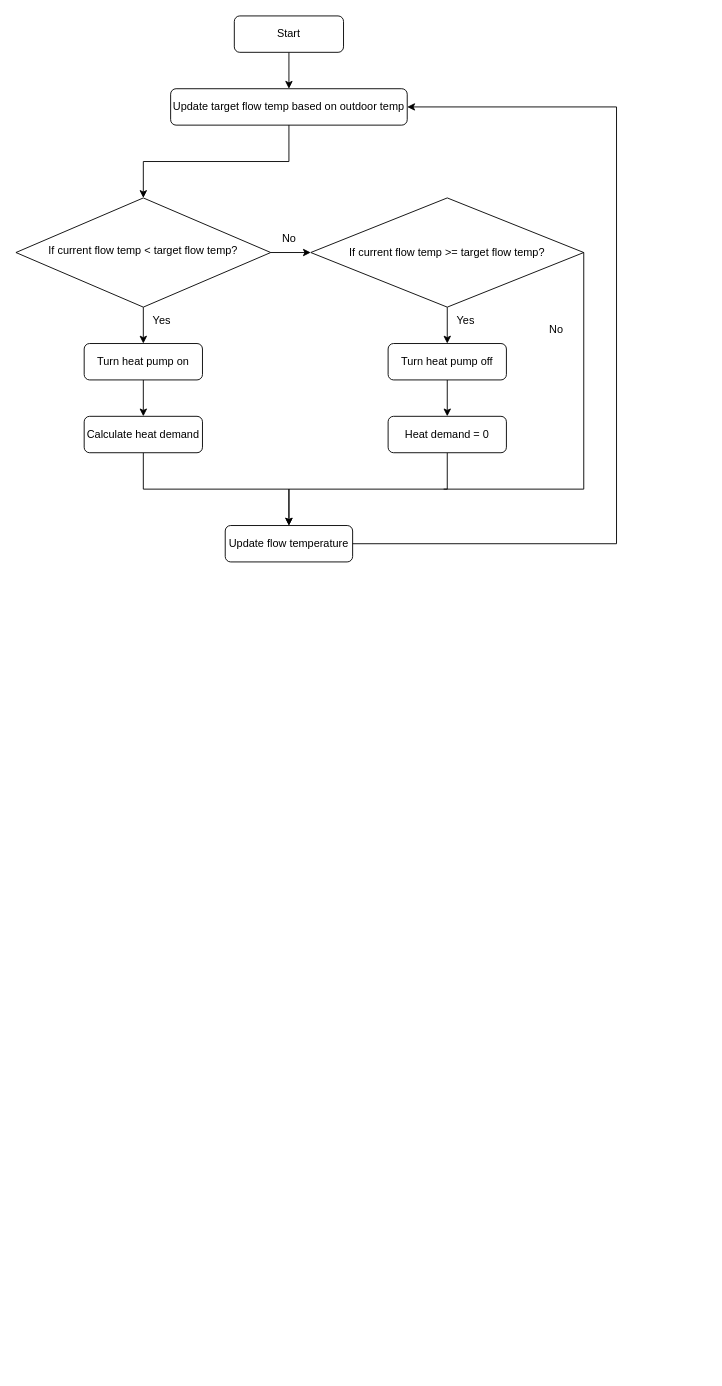
Above: page "Weather compensation" (3 of 5) of RBC.drawio in Qiuyi-Hong/Rule-Based-Control (draw.io), before the change. Source tidied: cells renumbered, new cells numbered last; positions are measured from the earlier drawing's top-left corner, leaving out a move shared by most shapes. Both pictures are drawn from the tidied source at 91%, with x=0, y=0 at pixel (15, 15).
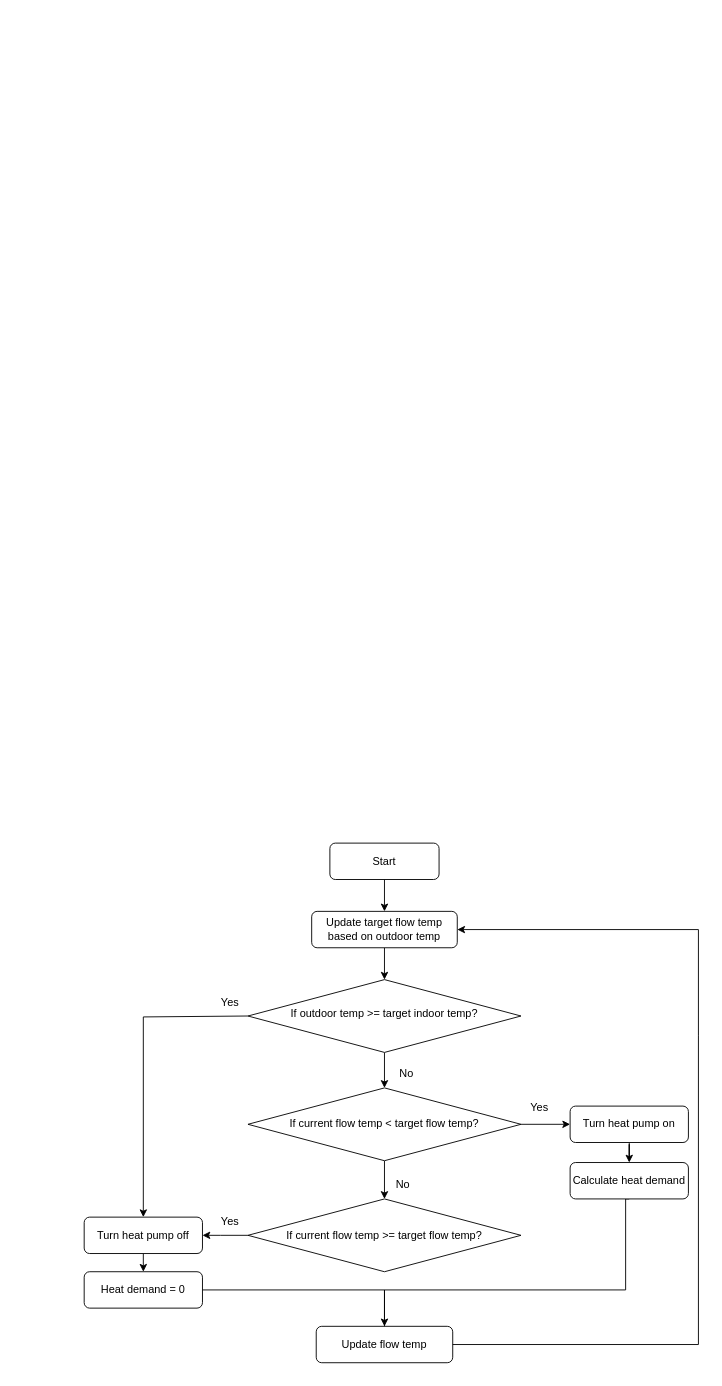
The same page after the edit.

Diff of the diagram source:
```diff
@@
+    <mxCell id="26" style="edgeStyle=orthogonalEdgeStyle;rounded=0;jettySize=auto;html=1;exitX=0.5;exitY=1;exitDx=0;exitDy=0;entryX=0.5;entryY=0;entryDx=0;entryDy=0;" parent="1" edge="1" source="2" target="36">
+      <mxGeometry relative="1" as="geometry" />
+    </mxCell>
     <mxCell id="2" value="Update target flow temp based on outdoor temp" style="rounded=1;whiteSpace=wrap;html=1;fontSize=12;glass=0;strokeWidth=1;shadow=0;" parent="1" vertex="1">
-      <mxGeometry x="170" y="80" width="260" height="40" as="geometry" />
+      <mxGeometry x="325" y="984" width="160" height="40" as="geometry" />
     </mxCell>
-    <mxCell id="3" style="edgeStyle=orthogonalEdgeStyle;rounded=0;jettySize=auto;html=1;" parent="1" edge="1" source="5" target="7">
-      <mxGeometry relative="1" as="geometry" />
-    </mxCell>
-    <mxCell id="4" style="edgeStyle=orthogonalEdgeStyle;rounded=0;jettySize=auto;html=1;entryX=0;entryY=0.5;entryDx=0;entryDy=0;" parent="1" edge="1" source="5" target="12">
-      <mxGeometry relative="1" as="geometry" />
-    </mxCell>
-    <mxCell id="5" value="If current&amp;nbsp;&lt;span style=&quot;background-color: initial;&quot;&gt;flow temp &amp;lt; target flow temp?&lt;/span&gt;" style="rhombus;whiteSpace=wrap;html=1;shadow=0;fontFamily=Helvetica;fontSize=12;align=center;strokeWidth=1;spacing=6;spacingTop=-4;" parent="1" vertex="1">
-      <mxGeometry y="200" width="280" height="120" as="geometry" />
-    </mxCell>
-    <mxCell id="6" style="edgeStyle=orthogonalEdgeStyle;rounded=0;jettySize=auto;html=1;exitX=0.5;exitY=1;exitDx=0;exitDy=0;entryX=0.5;entryY=0;entryDx=0;entryDy=0;" parent="1" edge="1" source="7" target="24">
+    <mxCell id="6" style="edgeStyle=orthogonalEdgeStyle;rounded=0;jettySize=auto;html=1;" parent="1" edge="1" source="7" target="24">
       <mxGeometry relative="1" as="geometry" />
     </mxCell>
     <mxCell id="7" value="Turn heat pump on" style="rounded=1;whiteSpace=wrap;html=1;fontSize=12;glass=0;strokeWidth=1;shadow=0;" parent="1" vertex="1">
-      <mxGeometry x="75" y="360" width="130" height="40" as="geometry" />
+      <mxGeometry x="609" y="1198" width="130" height="40" as="geometry" />
     </mxCell>
@@
     <mxCell id="9" value="Start" style="rounded=1;whiteSpace=wrap;html=1;" parent="1" vertex="1">
-      <mxGeometry x="240" width="120" height="40" as="geometry" />
+      <mxGeometry x="345" y="909" width="120" height="40" as="geometry" />
     </mxCell>
-    <mxCell id="10" value="Yes" style="text;html=1;align=center;verticalAlign=middle;strokeColor=none;fillColor=none;" parent="1" vertex="1">
-      <mxGeometry x="140" y="320" width="40" height="30" as="geometry" />
-    </mxCell>
-    <mxCell id="11" style="edgeStyle=orthogonalEdgeStyle;rounded=0;jettySize=auto;html=1;entryX=0.5;entryY=0;entryDx=0;entryDy=0;" parent="1" edge="1" source="12" target="16">
-      <mxGeometry relative="1" as="geometry" />
-    </mxCell>
-    <mxCell id="12" value="If current flow temp &amp;gt;= target flow temp?" style="rhombus;whiteSpace=wrap;html=1;" parent="1" vertex="1">
-      <mxGeometry x="324" y="200" width="300" height="120" as="geometry" />
-    </mxCell>
-    <mxCell id="13" style="endArrow=classic;html=1;rounded=0;exitX=0.5;exitY=1;exitDx=0;exitDy=0;entryX=0.5;entryY=0;entryDx=0;entryDy=0;" parent="1" edge="1" source="2" target="5">
-      <mxGeometry relative="1" as="geometry">
-        <Array as="points">
-          <mxPoint x="300" y="160" />
-          <mxPoint x="140" y="160" />
-        </Array>
-      </mxGeometry>
-    </mxCell>
-    <mxCell id="14" value="No" style="text;html=1;align=center;verticalAlign=middle;strokeColor=none;fillColor=none;" parent="1" vertex="1">
-      <mxGeometry x="280" y="230" width="40" height="30" as="geometry" />
-    </mxCell>
+    <mxCell id="27" value="Yes" style="text;html=1;align=center;verticalAlign=middle;strokeColor=none;fillColor=none;" parent="1" vertex="1">
+      <mxGeometry x="215" y="1069" width="40" height="30" as="geometry" />
+    </mxCell>
+    <mxCell id="28" style="edgeStyle=orthogonalEdgeStyle;rounded=0;jettySize=auto;html=1;entryX=0.5;entryY=0;entryDx=0;entryDy=0;exitX=0.5;exitY=1;exitDx=0;exitDy=0;" parent="1" edge="1" source="36" target="5">
+      <mxGeometry relative="1" as="geometry" />
+    </mxCell>
@@
     <mxCell id="16" value="Turn heat pump off" style="rounded=1;whiteSpace=wrap;html=1;" parent="1" vertex="1">
-      <mxGeometry x="409" y="360" width="130" height="40" as="geometry" />
+      <mxGeometry x="75" y="1320" width="130" height="40" as="geometry" />
     </mxCell>
-    <mxCell id="17" value="Yes" style="text;html=1;align=center;verticalAlign=middle;strokeColor=none;fillColor=none;" parent="1" vertex="1">
-      <mxGeometry x="474" y="320" width="40" height="30" as="geometry" />
-    </mxCell>
-    <mxCell id="18" value="Update flow temperature" style="rounded=1;whiteSpace=wrap;html=1;" parent="1" vertex="1">
-      <mxGeometry x="230" y="560" width="140" height="40" as="geometry" />
-    </mxCell>
-    <mxCell id="19" style="endArrow=classic;html=1;rounded=0;exitX=0.5;exitY=1;exitDx=0;exitDy=0;entryX=0.5;entryY=0;entryDx=0;entryDy=0;" parent="1" edge="1" source="24" target="18">
-      <mxGeometry relative="1" as="geometry">
-        <Array as="points">
-          <mxPoint x="140" y="520" />
-          <mxPoint x="300" y="520" />
-        </Array>
-      </mxGeometry>
-    </mxCell>
-    <mxCell id="20" style="endArrow=classic;html=1;rounded=0;exitX=0.5;exitY=1;exitDx=0;exitDy=0;entryX=0.5;entryY=0;entryDx=0;entryDy=0;" parent="1" edge="1" source="25" target="18">
-      <mxGeometry relative="1" as="geometry">
-        <Array as="points">
-          <mxPoint x="474" y="520" />
-          <mxPoint x="300" y="520" />
-        </Array>
-      </mxGeometry>
-    </mxCell>
-    <mxCell id="21" style="endArrow=none;html=1;rounded=0;exitX=1;exitY=0.5;exitDx=0;exitDy=0;endFill=0;" parent="1" edge="1" source="12">
-      <mxGeometry relative="1" as="geometry">
-        <mxPoint x="470" y="520" as="targetPoint" />
-        <Array as="points">
-          <mxPoint x="624" y="520" />
-        </Array>
-      </mxGeometry>
-    </mxCell>
-    <mxCell id="22" style="endArrow=classic;html=1;rounded=0;exitX=1;exitY=0.5;exitDx=0;exitDy=0;" parent="1" edge="1" source="18" target="2">
-      <mxGeometry relative="1" as="geometry">
-        <Array as="points">
-          <mxPoint x="660" y="580" />
-          <mxPoint x="660" y="100" />
-        </Array>
-      </mxGeometry>
-    </mxCell>
-    <mxCell id="23" value="No" style="text;html=1;align=center;verticalAlign=middle;whiteSpace=wrap;rounded=0;" parent="1" vertex="1">
-      <mxGeometry x="564" y="330" width="60" height="30" as="geometry" />
-    </mxCell>
+    <mxCell id="29" style="edgeStyle=orthogonalEdgeStyle;rounded=0;jettySize=auto;html=1;exitX=0.5;exitY=1;exitDx=0;exitDy=0;" parent="1" edge="1" source="24">
+      <mxGeometry relative="1" as="geometry">
+        <mxPoint x="405" y="1480" as="targetPoint" />
+        <Array as="points">
+          <mxPoint x="670" y="1300" />
+          <mxPoint x="670" y="1400" />
+          <mxPoint x="405" y="1400" />
+        </Array>
+      </mxGeometry>
+    </mxCell>
-    <mxCell id="24" value="Calculate heat demand" style="rounded=1;whiteSpace=wrap;html=1;" parent="1" vertex="1">
-      <mxGeometry x="75" y="440" width="130" height="40" as="geometry" />
+    <mxCell id="24" value="Calculate heat demand" style="whiteSpace=wrap;html=1;rounded=1;glass=0;strokeWidth=1;shadow=0;" parent="1" vertex="1">
+      <mxGeometry x="609" y="1260" width="130" height="40" as="geometry" />
     </mxCell>
     <mxCell id="25" value="Heat demand = 0" style="rounded=1;whiteSpace=wrap;html=1;" parent="1" vertex="1">
-      <mxGeometry x="409" y="440" width="130" height="40" as="geometry" />
+      <mxGeometry x="75" y="1380" width="130" height="40" as="geometry" />
     </mxCell>
+    <mxCell id="4" style="edgeStyle=orthogonalEdgeStyle;rounded=0;jettySize=auto;html=1;entryX=0.5;entryY=0;entryDx=0;entryDy=0;" parent="1" edge="1" source="5" target="12">
+      <mxGeometry relative="1" as="geometry" />
+    </mxCell>
+    <mxCell id="5" value="If current&amp;nbsp;&lt;span style=&quot;background-color: initial;&quot;&gt;flow temp &amp;lt; target flow temp?&lt;/span&gt;" style="rhombus;whiteSpace=wrap;html=1;" parent="1" vertex="1">
+      <mxGeometry x="255" y="1178" width="300" height="80" as="geometry" />
+    </mxCell>
+    <mxCell id="12" value="If current flow temp &amp;gt;= target flow temp?" style="rhombus;whiteSpace=wrap;html=1;" parent="1" vertex="1">
+      <mxGeometry x="255" y="1300" width="300" height="80" as="geometry" />
+    </mxCell>
+    <mxCell id="11" style="endArrow=classic;html=1;rounded=0;exitX=0;exitY=0.5;exitDx=0;exitDy=0;entryX=1;entryY=0.5;entryDx=0;entryDy=0;" parent="1" edge="1" source="12" target="16">
+      <mxGeometry relative="1" as="geometry">
+        <Array as="points">
+          <mxPoint x="225" y="1340" />
+        </Array>
+      </mxGeometry>
+    </mxCell>
+    <mxCell id="30" value="No" style="text;html=1;align=center;verticalAlign=middle;strokeColor=none;fillColor=none;" parent="1" vertex="1">
+      <mxGeometry x="409" y="1148" width="40" height="30" as="geometry" />
+    </mxCell>
+    <mxCell id="31" value="No" style="text;html=1;align=center;verticalAlign=middle;strokeColor=none;fillColor=none;" parent="1" vertex="1">
+      <mxGeometry x="405" y="1270" width="40" height="30" as="geometry" />
+    </mxCell>
+    <mxCell id="32" value="Yes" style="text;html=1;align=center;verticalAlign=middle;strokeColor=none;fillColor=none;" parent="1" vertex="1">
+      <mxGeometry x="215" y="1310" width="40" height="30" as="geometry" />
+    </mxCell>
+    <mxCell id="33" value="Update flow temp" style="rounded=1;whiteSpace=wrap;html=1;" parent="1" vertex="1">
+      <mxGeometry x="330" y="1440" width="150" height="40" as="geometry" />
+    </mxCell>
+    <mxCell id="34" style="endArrow=classic;html=1;rounded=0;exitX=1;exitY=0.5;exitDx=0;exitDy=0;entryX=1;entryY=0.5;entryDx=0;entryDy=0;" parent="1" edge="1" source="33" target="2">
+      <mxGeometry relative="1" as="geometry">
+        <Array as="points">
+          <mxPoint x="750" y="1460" />
+          <mxPoint x="750" y="1120" />
+          <mxPoint x="750" y="1004" />
+        </Array>
+      </mxGeometry>
+    </mxCell>
+    <mxCell id="35" style="endArrow=classic;html=1;rounded=0;exitX=0;exitY=0.5;exitDx=0;exitDy=0;entryX=0.5;entryY=0;entryDx=0;entryDy=0;" parent="1" edge="1" source="36" target="16">
+      <mxGeometry relative="1" as="geometry">
+        <Array as="points">
+          <mxPoint x="140" y="1100" />
+        </Array>
+      </mxGeometry>
+    </mxCell>
+    <mxCell id="36" value="If outdoor temp &amp;gt;= target indoor temp?" style="rhombus;whiteSpace=wrap;html=1;shadow=0;fontFamily=Helvetica;fontSize=12;align=center;strokeWidth=1;spacing=6;spacingTop=-4;" parent="1" vertex="1">
+      <mxGeometry x="255" y="1059" width="300" height="80" as="geometry" />
+    </mxCell>
+    <mxCell id="3" style="endArrow=classic;html=1;rounded=0;exitX=1;exitY=0.5;exitDx=0;exitDy=0;entryX=0;entryY=0.5;entryDx=0;entryDy=0;" parent="1" edge="1" source="5" target="7">
+      <mxGeometry relative="1" as="geometry" />
+    </mxCell>
+    <mxCell id="37" style="endArrow=classic;html=1;rounded=0;exitX=1;exitY=0.5;exitDx=0;exitDy=0;entryX=0.5;entryY=0;entryDx=0;entryDy=0;" parent="1" edge="1" source="25" target="33">
+      <mxGeometry relative="1" as="geometry">
+        <Array as="points">
+          <mxPoint x="405" y="1400" />
+        </Array>
+      </mxGeometry>
+    </mxCell>
+    <mxCell id="38" value="Yes" style="text;html=1;align=center;verticalAlign=middle;strokeColor=none;fillColor=none;" parent="1" vertex="1">
+      <mxGeometry x="555" y="1185" width="40" height="30" as="geometry" />
+    </mxCell>
```
